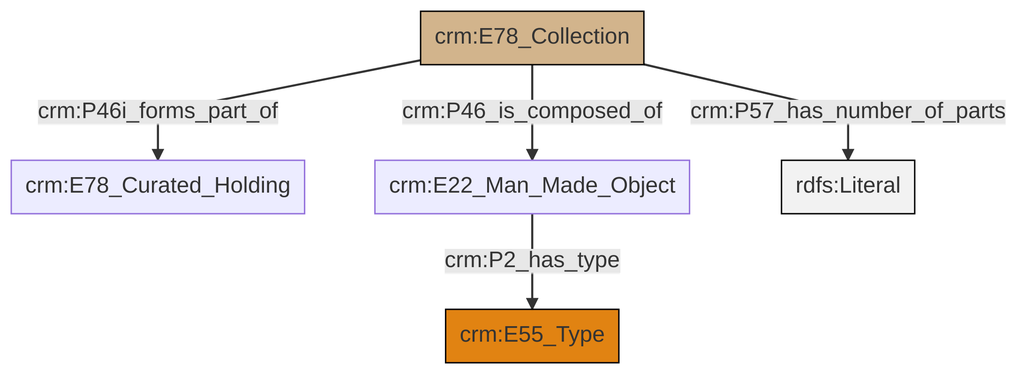
swiss-art-research-net/docs.swissartresearch keeps this Mermaid diagram as et/archivalCSV/ttl/mmd/png/archival_parthood.png. Above is the earlier version. Its source is kept beside it as et/archivalCSV/ttl/mmd/archival_parthood.ttl.mmd.
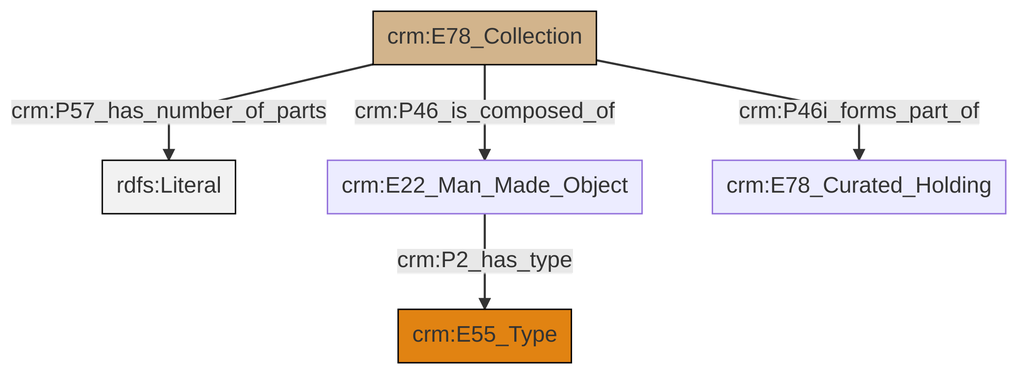
After the commit.

What changed in the source:
```diff
@@ -13,7 +13,7 @@
 classDef PC_Classes fill:#4ce600, stroke:#000000;
 classDef Multi fill:#cccccc,stroke:#000000;
 
-0["crm:E78_Collection"]:::Physical_Thing -->|crm:P46i_forms_part_of| 4["crm:E78_Curated_Holding"]:::Default
-6["crm:E22_Man_Made_Object"]:::Default -->|crm:P2_has_type| 2["crm:E55_Type"]:::Type
-0["crm:E78_Collection"]:::Physical_Thing -->|crm:P57_has_number_of_parts| 7[rdfs:Literal]:::Literal
-0["crm:E78_Collection"]:::Physical_Thing -->|crm:P46_is_composed_of| 6["crm:E22_Man_Made_Object"]:::Default
+0["crm:E78_Collection"]:::Physical_Thing -->|crm:P57_has_number_of_parts| 1[rdfs:Literal]:::Literal
+0["crm:E78_Collection"]:::Physical_Thing -->|crm:P46_is_composed_of| 2["crm:E22_Man_Made_Object"]:::Default
+2["crm:E22_Man_Made_Object"]:::Default -->|crm:P2_has_type| 6["crm:E55_Type"]:::Type
+0["crm:E78_Collection"]:::Physical_Thing -->|crm:P46i_forms_part_of| 3["crm:E78_Curated_Holding"]:::Default
```
